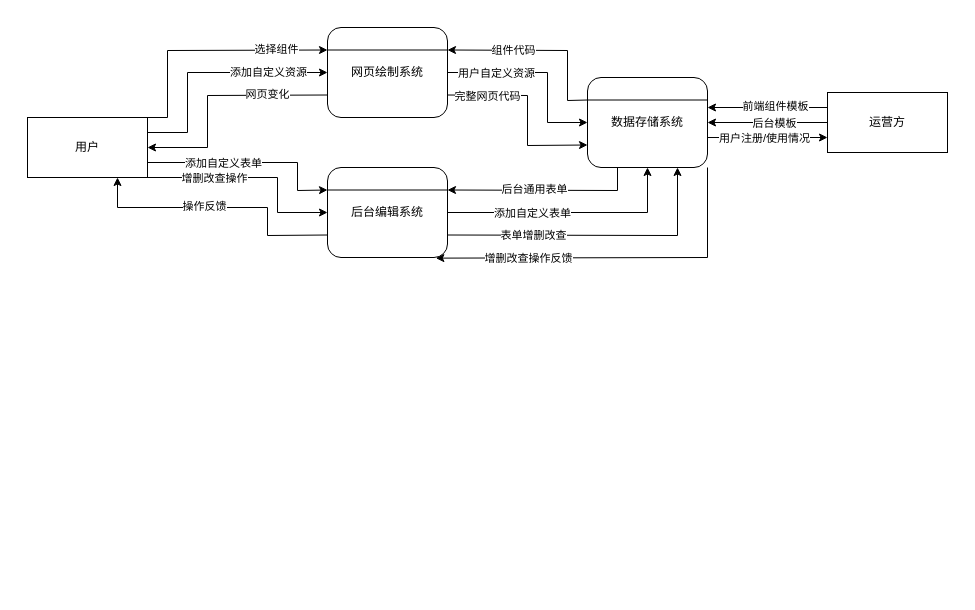
This is page "Page-6" (5 of 5) of map/Untitled Diagram.drawio from Boching-bot/Sundries, a draw.io file, before an edit. Source tidied: cells renumbered, new cells numbered last; positions are measured from the earlier drawing's top-left corner, leaving out a move shared by most shapes. Both pictures are drawn from the tidied source at 100%, with x=0, y=0 at pixel (27, 27).
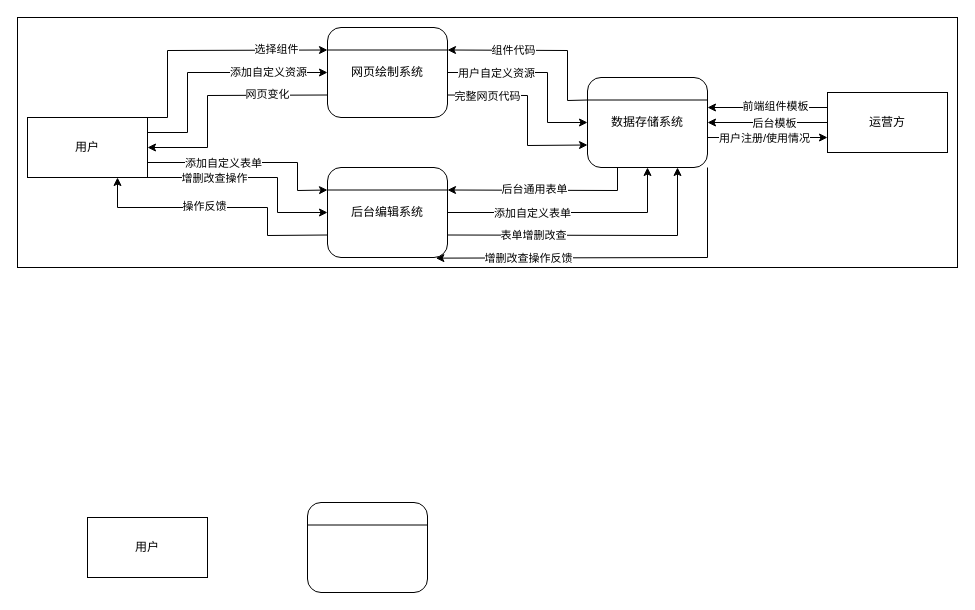
Above is the later version.

The edit, as a diff of the source:
```diff
@@
+    <mxCell id="42" style="rounded=0;whiteSpace=wrap;html=1;" parent="1" vertex="1">
+      <mxGeometry x="-10" y="-10" width="940" height="250" as="geometry" />
+    </mxCell>
@@
+    <mxCell id="43" value="用户" style="rounded=0;whiteSpace=wrap;html=1;" parent="1" vertex="1">
+      <mxGeometry x="60" y="490" width="120" height="60" as="geometry" />
+    </mxCell>
+    <mxCell id="44" value="&amp;nbsp;" style="rounded=1;whiteSpace=wrap;html=1;" parent="1" vertex="1">
+      <mxGeometry x="280" y="475" width="120" height="90" as="geometry" />
+    </mxCell>
+    <mxCell id="45" style="endArrow=none;html=1;rounded=0;entryX=1;entryY=0.25;entryDx=0;entryDy=0;exitX=0;exitY=0.25;exitDx=0;exitDy=0;" parent="1" edge="1" source="44" target="44">
+      <mxGeometry relative="1" as="geometry" />
+    </mxCell>
```
